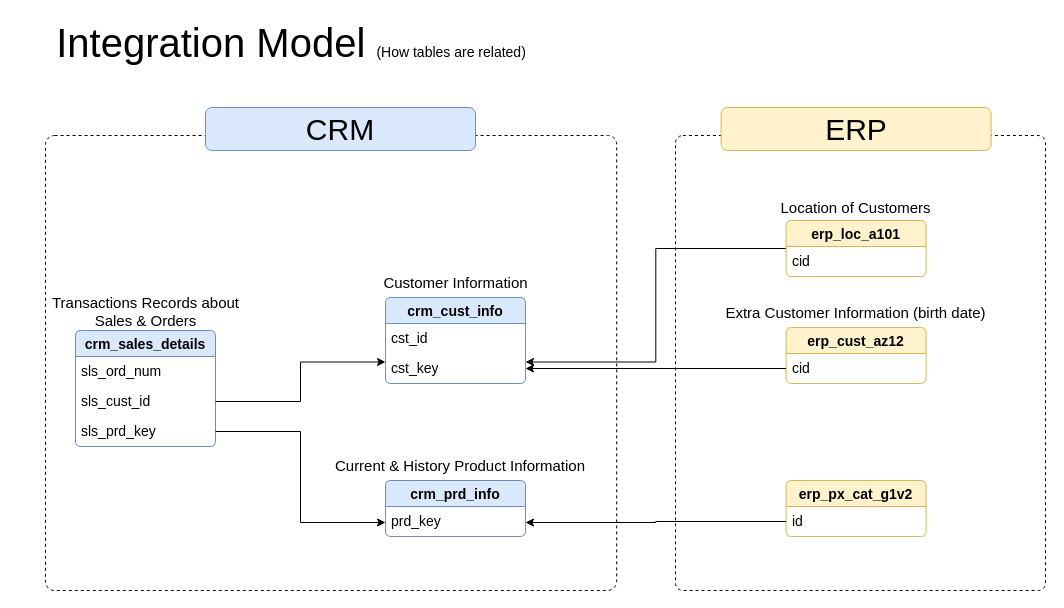
The draw.io diagram drawio/Integration Model.drawio in kunbox96/sql-data-warehouse-project, before the edit. Source tidied: cells renumbered, new cells numbered last; positions are measured from the earlier drawing's top-left corner, leaving out a move shared by most shapes. Both pictures are drawn from the tidied source at 100%, with x=0, y=0 at pixel (16, 17).
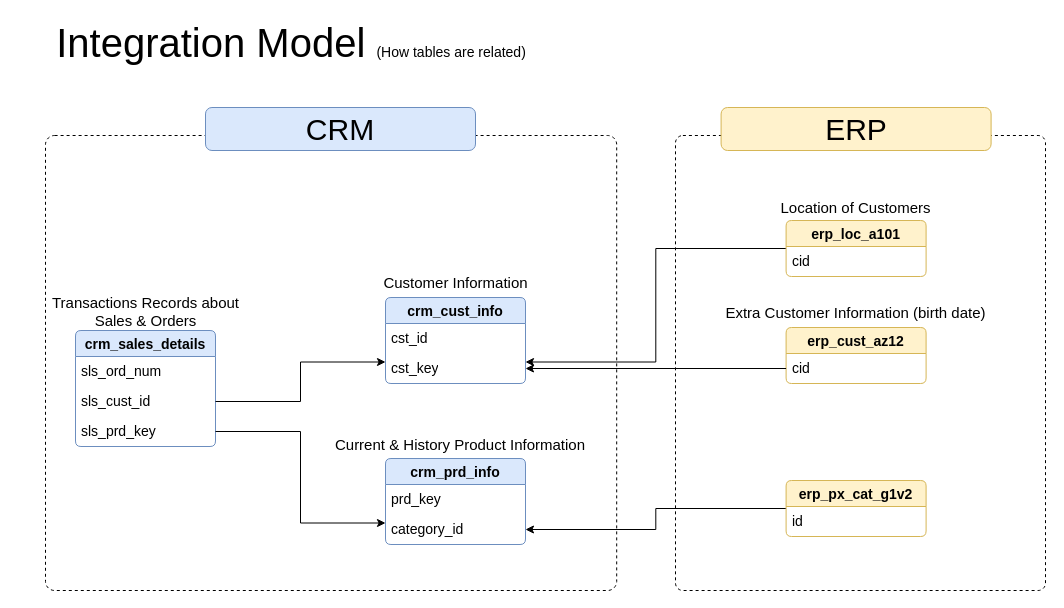
After the change.

Unchanged cells that the change refers to:
```xml
<mxCell id="21" value="erp_px_cat_g1v2" style="swimlane;fontStyle=1;horizontal=1;startSize=26;align=center;fontSize=14;fillColor=#fff2cc;strokeColor=#d6b656;rounded=1;roundedPerimeter=1;arcSize=7;" parent="1" vertex="1">
  <mxGeometry x="769.6" y="463" width="140" height="56" as="geometry" />
</mxCell>
<mxCell id="22" value="id" style="text;strokeColor=none;fillColor=none;spacingLeft=4;spacingRight=4;overflow=hidden;points=[[0,0.5],[1,0.5]];portConstraint=eastwest;fontSize=14;whiteSpace=wrap;html=1;" parent="21" vertex="1">
  <mxGeometry y="26" width="140" height="30" as="geometry" />
</mxCell>
```

Change to the diagram source:
```diff
@@
     <mxCell id="13" value="crm_prd_info" style="swimlane;fontStyle=1;horizontal=1;startSize=26;align=center;fontSize=14;fillColor=#dae8fc;strokeColor=#6c8ebf;rounded=1;roundedPerimeter=1;arcSize=7;" parent="1" vertex="1">
-      <mxGeometry x="369" y="463" width="140" height="56" as="geometry" />
+      <mxGeometry x="369" y="441" width="140" height="86" as="geometry" />
     </mxCell>
@@
+    <mxCell id="32" value="category_id" style="text;strokeColor=none;fillColor=none;spacingLeft=4;spacingRight=4;overflow=hidden;points=[[0,0.5],[1,0.5]];portConstraint=eastwest;fontSize=14;whiteSpace=wrap;html=1;" parent="13" vertex="1">
+      <mxGeometry y="56" width="140" height="30" as="geometry" />
+    </mxCell>
@@
+    <mxCell id="33" style="edgeStyle=orthogonalEdgeStyle;rounded=0;jettySize=auto;html=1;entryX=1;entryY=0.5;entryDx=0;entryDy=0;fontFamily=Helvetica;fontSize=12;fontColor=default;" parent="1" edge="1" source="21" target="32">
+      <mxGeometry relative="1" as="geometry" />
+    </mxCell>
@@
     <mxCell id="25" value="Current &amp;amp; History Product Information" style="text;html=1;whiteSpace=wrap;strokeColor=none;fillColor=none;align=center;verticalAlign=middle;rounded=0;fontSize=15;labelBackgroundColor=none;" parent="1" vertex="1">
-      <mxGeometry x="309" y="433" width="270" height="30" as="geometry" />
+      <mxGeometry x="309" y="412" width="270" height="30" as="geometry" />
     </mxCell>
@@
-    <mxCell id="29" style="edgeStyle=orthogonalEdgeStyle;rounded=0;jettySize=auto;html=1;entryX=1;entryY=0.75;entryDx=0;entryDy=0;fontFamily=Helvetica;fontSize=12;fontColor=default;" parent="1" edge="1" source="22" target="13">
-      <mxGeometry relative="1" as="geometry" />
-    </mxCell>
```
